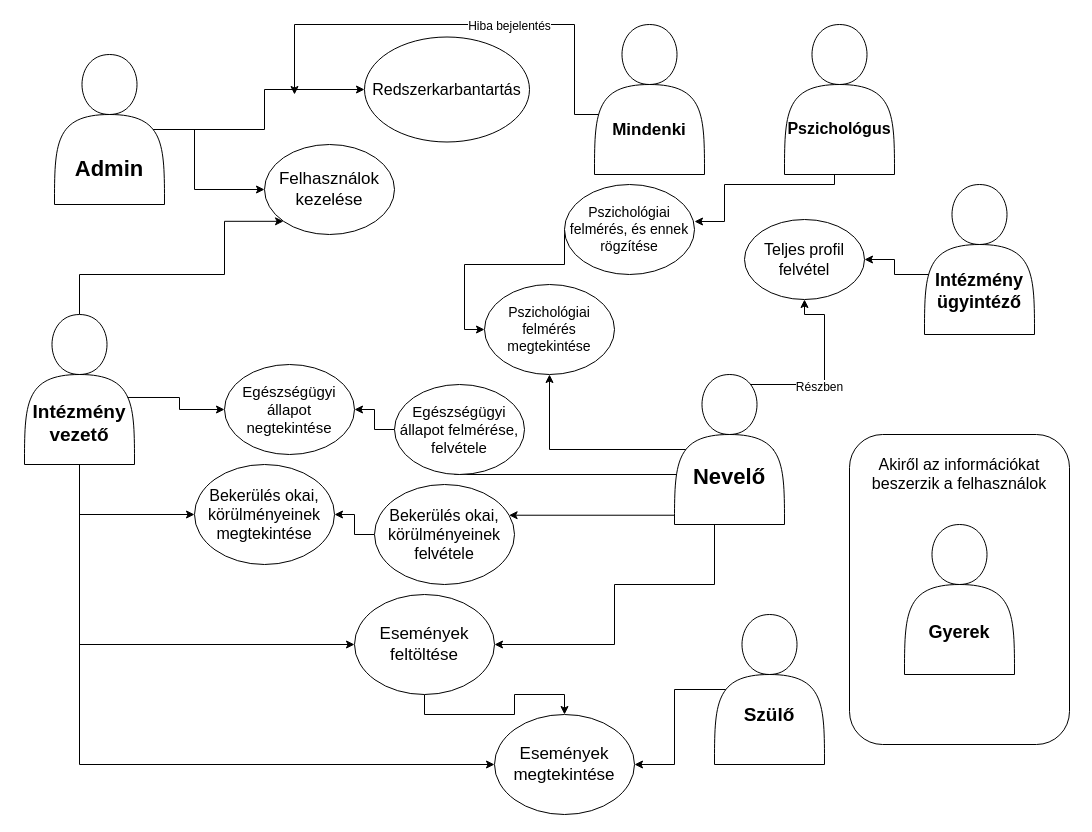
Earlier version of the draw.io diagram Zaró dolgozat/Use-Case diagram.drawio (UnicornsLover/Szakdolgozat2020). Source tidied: cells renumbered, new cells numbered last; positions are measured from the earlier drawing's top-left corner, leaving out a move shared by most shapes. Both pictures are drawn from the tidied source at 100%, with x=0, y=0 at pixel (24, 24).
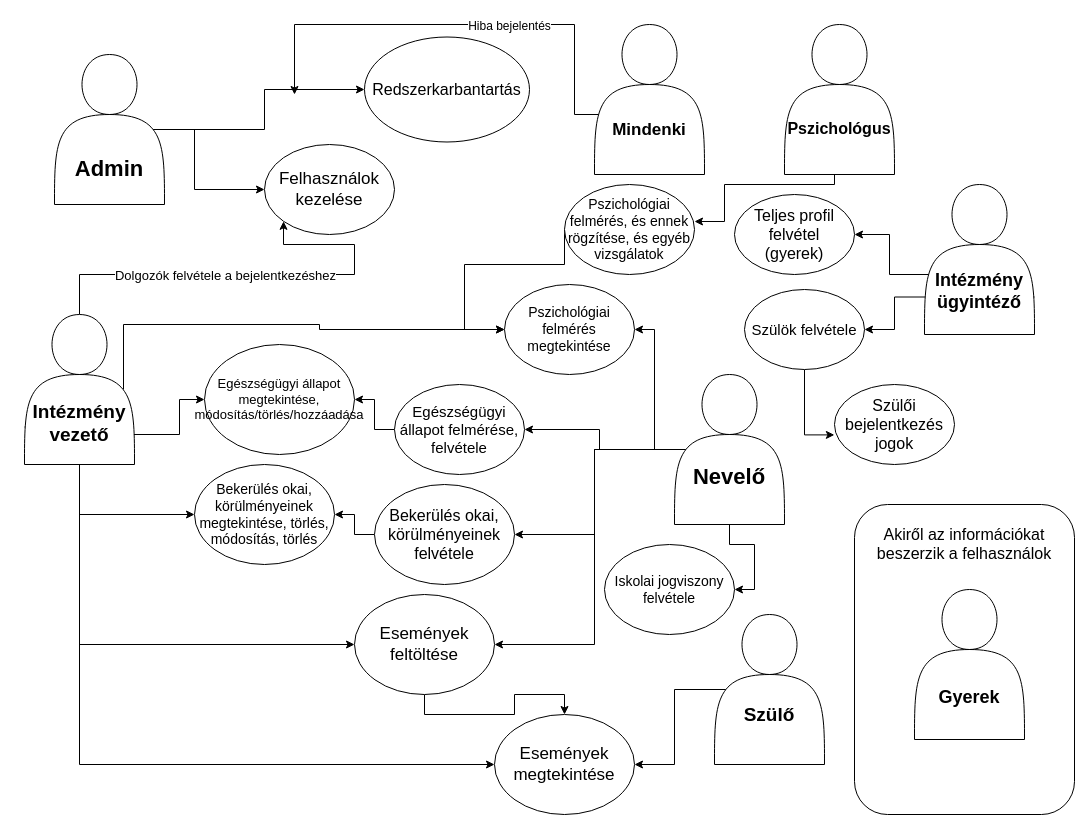
Above is the later version.

Unchanged cells that the change refers to:
```xml
<mxCell id="5" value="&lt;font style=&quot;font-size: 17px&quot;&gt;Felhasználok kezelése&lt;br&gt;&lt;/font&gt;" style="ellipse;whiteSpace=wrap;html=1;" parent="1" vertex="1">
  <mxGeometry x="240" y="120" width="130" height="90" as="geometry" />
</mxCell>
<mxCell id="11" value="&lt;div style=&quot;font-size: 19px&quot;&gt;&lt;b&gt;&lt;font style=&quot;font-size: 19px&quot;&gt;&lt;br&gt;&lt;/font&gt;&lt;/b&gt;&lt;/div&gt;&lt;div style=&quot;font-size: 19px&quot;&gt;&lt;b&gt;&lt;font style=&quot;font-size: 19px&quot;&gt;&lt;br&gt;&lt;/font&gt;&lt;/b&gt;&lt;/div&gt;&lt;div style=&quot;font-size: 19px&quot;&gt;&lt;b&gt;&lt;font style=&quot;font-size: 19px&quot;&gt;&lt;br&gt;&lt;/font&gt;&lt;/b&gt;&lt;/div&gt;&lt;div style=&quot;font-size: 19px&quot;&gt;&lt;b&gt;&lt;font style=&quot;font-size: 19px&quot;&gt;Intézmény vezető&lt;/font&gt;&lt;/b&gt;&lt;/div&gt;" style="shape=actor;whiteSpace=wrap;html=1;" parent="1" vertex="1">
  <mxGeometry y="290" width="110" height="150" as="geometry" />
</mxCell>
<mxCell id="22" value="&lt;b&gt;&lt;br&gt;&lt;/b&gt;&lt;div&gt;&lt;b&gt;&lt;br&gt;&lt;/b&gt;&lt;/div&gt;&lt;div&gt;&lt;b&gt;&lt;font style=&quot;font-size: 22px&quot;&gt;&lt;br&gt;&lt;/font&gt;&lt;/b&gt;&lt;/div&gt;&lt;div&gt;&lt;b&gt;&lt;font style=&quot;font-size: 22px&quot;&gt;Nevelő&lt;/font&gt;&lt;/b&gt;&lt;/div&gt;" style="shape=actor;whiteSpace=wrap;html=1;" parent="1" vertex="1">
  <mxGeometry x="650" y="350" width="110" height="150" as="geometry" />
</mxCell>
<mxCell id="24" value="&lt;font style=&quot;font-size: 15px&quot;&gt;Egészségügyi állapot felmérése, felvétele&lt;br&gt;&lt;/font&gt;" style="ellipse;whiteSpace=wrap;html=1;" parent="1" vertex="1">
  <mxGeometry x="370" y="360" width="130" height="90" as="geometry" />
</mxCell>
<mxCell id="26" value="&lt;font style=&quot;font-size: 16px&quot;&gt;Bekerülés okai, körülményeinek felvétele&lt;/font&gt;" style="ellipse;whiteSpace=wrap;html=1;" parent="1" vertex="1">
  <mxGeometry x="350" y="460" width="140" height="100" as="geometry" />
</mxCell>
<mxCell id="28" value="&lt;font style=&quot;font-size: 17px&quot;&gt;Események feltöltése&lt;br&gt;&lt;/font&gt;" style="ellipse;whiteSpace=wrap;html=1;" parent="1" vertex="1">
  <mxGeometry x="330" y="570" width="140" height="100" as="geometry" />
</mxCell>
<mxCell id="34" value="&lt;div&gt;&lt;b&gt;&lt;font style=&quot;font-size: 18px&quot;&gt;&lt;br&gt;&lt;/font&gt;&lt;/b&gt;&lt;/div&gt;&lt;div&gt;&lt;b&gt;&lt;font style=&quot;font-size: 18px&quot;&gt;&lt;br&gt;&lt;/font&gt;&lt;/b&gt;&lt;/div&gt;&lt;div&gt;&lt;b&gt;&lt;font style=&quot;font-size: 18px&quot;&gt;&lt;br&gt;&lt;/font&gt;&lt;/b&gt;&lt;/div&gt;&lt;div&gt;&lt;b&gt;&lt;font style=&quot;font-size: 18px&quot;&gt;Intézmény ügyintéző&lt;/font&gt;&lt;/b&gt;&lt;/div&gt;" style="shape=actor;whiteSpace=wrap;html=1;" parent="1" vertex="1">
  <mxGeometry x="900" y="160" width="110" height="150" as="geometry" />
</mxCell>
```

Change to the diagram source:
```diff
@@
     <mxCell id="6" style="edgeStyle=orthogonalEdgeStyle;rounded=0;jettySize=auto;html=1;exitX=0.5;exitY=0;exitDx=0;exitDy=0;entryX=0;entryY=1;entryDx=0;entryDy=0;" parent="1" edge="1" source="11" target="5">
       <mxGeometry relative="1" as="geometry">
         <Array as="points">
           <mxPoint x="55" y="250" />
-          <mxPoint x="200" y="250" />
-          <mxPoint x="200" y="197" />
+          <mxPoint x="330" y="250" />
+          <mxPoint x="330" y="220" />
+          <mxPoint x="259" y="220" />
         </Array>
       </mxGeometry>
     </mxCell>
+    <mxCell id="44" value="&lt;div&gt;Dolgozók felvétele a bejelentkezéshez&lt;/div&gt;" style="text;html=1;align=center;verticalAlign=middle;labelBackgroundColor=#ffffff;fontSize=13;" parent="6" vertex="1">
+      <mxGeometry x="-0.09" relative="1" as="geometry">
+        <mxPoint x="-15" as="offset" />
+      </mxGeometry>
+    </mxCell>
-    <mxCell id="7" style="edgeStyle=orthogonalEdgeStyle;rounded=0;jettySize=auto;html=1;entryX=0;entryY=0.5;entryDx=0;entryDy=0;exitX=0.082;exitY=0.553;exitDx=0;exitDy=0;exitPerimeter=0;" parent="1" edge="1" source="11" target="42">
-      <mxGeometry relative="1" as="geometry" />
+    <mxCell id="7" style="edgeStyle=orthogonalEdgeStyle;rounded=0;jettySize=auto;html=1;entryX=0;entryY=0.5;entryDx=0;entryDy=0;exitX=0;exitY=0.75;exitDx=0;exitDy=0;" parent="1" edge="1" source="11" target="42">
+      <mxGeometry relative="1" as="geometry">
+        <Array as="points">
+          <mxPoint x="20" y="403" />
+          <mxPoint x="20" y="410" />
+          <mxPoint x="155" y="410" />
+          <mxPoint x="155" y="375" />
+        </Array>
+      </mxGeometry>
     </mxCell>
@@
+    <mxCell id="45" style="edgeStyle=orthogonalEdgeStyle;rounded=0;jettySize=auto;html=1;entryX=0;entryY=0.5;entryDx=0;entryDy=0;exitX=0.9;exitY=0.5;exitDx=0;exitDy=0;exitPerimeter=0;" parent="1" edge="1" source="11" target="41">
+      <mxGeometry relative="1" as="geometry">
+        <Array as="points">
+          <mxPoint x="99" y="300" />
+          <mxPoint x="295" y="300" />
+          <mxPoint x="295" y="305" />
+        </Array>
+      </mxGeometry>
+    </mxCell>
@@
-    <mxCell id="15" value="&lt;font style=&quot;font-size: 14px&quot;&gt;&lt;span&gt;Pszichológiai felmérés, és ennek rögzítése&lt;br&gt;&lt;/span&gt;&lt;/font&gt;" style="ellipse;whiteSpace=wrap;html=1;" parent="1" vertex="1">
+    <mxCell id="15" value="&lt;font style=&quot;font-size: 14px&quot;&gt;&lt;span&gt;Pszichológiai felmérés, és ennek rögzítése, és egyéb vizsgálatok&lt;br&gt;&lt;/span&gt;&lt;/font&gt;" style="ellipse;whiteSpace=wrap;html=1;" parent="1" vertex="1">
       <mxGeometry x="540" y="160" width="130" height="90" as="geometry" />
     </mxCell>
-    <mxCell id="16" style="edgeStyle=orthogonalEdgeStyle;rounded=0;jettySize=auto;html=1;entryX=1;entryY=0.5;entryDx=0;entryDy=0;exitX=0.9;exitY=0.5;exitDx=0;exitDy=0;exitPerimeter=0;" parent="1" edge="1" source="22" target="24">
-      <mxGeometry relative="1" as="geometry">
-        <Array as="points">
-          <mxPoint x="749" y="450" />
-          <mxPoint x="430" y="450" />
-          <mxPoint x="430" y="405" />
-        </Array>
-      </mxGeometry>
+    <mxCell id="16" style="edgeStyle=orthogonalEdgeStyle;rounded=0;jettySize=auto;html=1;fontSize=16;exitX=0.9;exitY=0.5;exitDx=0;exitDy=0;exitPerimeter=0;" parent="1" edge="1" source="22" target="24">
+      <mxGeometry relative="1" as="geometry" />
     </mxCell>
+    <mxCell id="21" style="edgeStyle=orthogonalEdgeStyle;rounded=0;jettySize=auto;html=1;fontSize=16;" parent="1" edge="1" source="22" target="41">
+      <mxGeometry relative="1" as="geometry" />
+    </mxCell>
-    <mxCell id="17" style="edgeStyle=orthogonalEdgeStyle;rounded=0;jettySize=auto;html=1;" parent="1" edge="1" source="22" target="26">
-      <mxGeometry relative="1" as="geometry">
-        <Array as="points">
-          <mxPoint x="478" y="480" />
-          <mxPoint x="478" y="510" />
-        </Array>
-      </mxGeometry>
+    <mxCell id="17" style="edgeStyle=orthogonalEdgeStyle;rounded=0;jettySize=auto;html=1;fontSize=16;" parent="1" edge="1" source="22" target="26">
+      <mxGeometry relative="1" as="geometry" />
     </mxCell>
-    <mxCell id="18" style="edgeStyle=orthogonalEdgeStyle;rounded=0;jettySize=auto;html=1;exitX=0.042;exitY=1;exitDx=0;exitDy=0;exitPerimeter=0;entryX=1;entryY=0.5;entryDx=0;entryDy=0;" parent="1" edge="1" source="22" target="28">
+    <mxCell id="18" style="edgeStyle=orthogonalEdgeStyle;rounded=0;jettySize=auto;html=1;entryX=1;entryY=0.5;entryDx=0;entryDy=0;fontSize=16;" parent="1" edge="1" source="22" target="28">
       <mxGeometry relative="1" as="geometry">
         <Array as="points">
-          <mxPoint x="690" y="500" />
-          <mxPoint x="690" y="560" />
-          <mxPoint x="590" y="560" />
-          <mxPoint x="590" y="620" />
+          <mxPoint x="570" y="425" />
+          <mxPoint x="570" y="620" />
         </Array>
       </mxGeometry>
     </mxCell>
-    <mxCell id="19" style="edgeStyle=orthogonalEdgeStyle;rounded=0;jettySize=auto;html=1;entryX=0.5;entryY=1;entryDx=0;entryDy=0;exitX=0.5;exitY=0;exitDx=0;exitDy=0;" parent="1" edge="1" source="22" target="35">
-      <mxGeometry relative="1" as="geometry">
-        <Array as="points">
-          <mxPoint x="705" y="360" />
-          <mxPoint x="800" y="360" />
-          <mxPoint x="800" y="290" />
-          <mxPoint x="780" y="290" />
-        </Array>
-      </mxGeometry>
-    </mxCell>
-    <mxCell id="20" value="Részben" style="text;html=1;align=center;verticalAlign=middle;labelBackgroundColor=#ffffff;" parent="19" vertex="1">
-      <mxGeometry x="-0.06" y="-2" relative="1" as="geometry" />
-    </mxCell>
-    <mxCell id="21" style="edgeStyle=orthogonalEdgeStyle;rounded=0;jettySize=auto;html=1;entryX=0.5;entryY=1;entryDx=0;entryDy=0;exitX=0.9;exitY=0.5;exitDx=0;exitDy=0;exitPerimeter=0;" parent="1" edge="1" source="22" target="41">
-      <mxGeometry relative="1" as="geometry" />
-    </mxCell>
+    <mxCell id="46" style="edgeStyle=orthogonalEdgeStyle;rounded=0;jettySize=auto;html=1;entryX=1;entryY=0.5;entryDx=0;entryDy=0;fontSize=16;" parent="1" edge="1" source="22" target="51">
+      <mxGeometry relative="1" as="geometry" />
+    </mxCell>
@@
+    <mxCell id="47" style="edgeStyle=orthogonalEdgeStyle;rounded=0;jettySize=auto;html=1;exitX=1;exitY=0.75;exitDx=0;exitDy=0;entryX=1;entryY=0.5;entryDx=0;entryDy=0;" parent="1" edge="1" source="34" target="49">
+      <mxGeometry relative="1" as="geometry">
+        <Array as="points">
+          <mxPoint x="870" y="272" />
+          <mxPoint x="870" y="305" />
+        </Array>
+      </mxGeometry>
+    </mxCell>
@@
-    <mxCell id="35" value="&lt;font style=&quot;font-size: 16px&quot;&gt;Teljes profil felvétel&lt;br&gt;&lt;/font&gt;" style="ellipse;whiteSpace=wrap;html=1;" parent="1" vertex="1">
-      <mxGeometry x="720" y="195" width="120" height="80" as="geometry" />
+    <mxCell id="35" value="&lt;font style=&quot;font-size: 16px&quot;&gt;Teljes profil felvétel &lt;br&gt;(gyerek)&lt;br&gt;&lt;/font&gt;" style="ellipse;whiteSpace=wrap;html=1;" parent="1" vertex="1">
+      <mxGeometry x="710" y="170" width="120" height="80" as="geometry" />
     </mxCell>
     <mxCell id="36" value="&lt;div&gt;&lt;font style=&quot;font-size: 16px&quot;&gt;Akiről az információkat beszerzik a felhasználok&lt;/font&gt;&lt;/div&gt;&lt;div&gt;&lt;br&gt;&lt;/div&gt;&lt;div&gt;&lt;br&gt;&lt;/div&gt;&lt;div&gt;&lt;br&gt;&lt;/div&gt;&lt;div&gt;&lt;br&gt;&lt;/div&gt;&lt;div&gt;&lt;br&gt;&lt;/div&gt;&lt;div&gt;&lt;br&gt;&lt;/div&gt;&lt;div&gt;&lt;br&gt;&lt;/div&gt;&lt;div&gt;&lt;br&gt;&lt;/div&gt;&lt;div&gt;&lt;br&gt;&lt;/div&gt;&lt;div&gt;&lt;br&gt;&lt;/div&gt;&lt;div&gt;&lt;br&gt;&lt;/div&gt;&lt;div&gt;&lt;br&gt;&lt;/div&gt;&lt;div&gt;&lt;br&gt;&lt;/div&gt;&lt;div&gt;&lt;br&gt;&lt;/div&gt;&lt;div&gt;&lt;br&gt;&lt;/div&gt;&lt;div&gt;&lt;br&gt;&lt;/div&gt;" style="rounded=1;whiteSpace=wrap;html=1;" parent="1" vertex="1">
-      <mxGeometry x="825" y="410" width="220" height="310" as="geometry" />
+      <mxGeometry x="830" y="480" width="220" height="310" as="geometry" />
     </mxCell>
     <mxCell id="37" value="&lt;b&gt;&lt;br&gt;&lt;/b&gt;&lt;div&gt;&lt;b&gt;&lt;br&gt;&lt;/b&gt;&lt;/div&gt;&lt;div&gt;&lt;b&gt;&lt;font style=&quot;font-size: 16px&quot;&gt;&lt;br&gt;&lt;/font&gt;&lt;/b&gt;&lt;/div&gt;&lt;div&gt;&lt;b&gt;&lt;font style=&quot;font-size: 16px&quot;&gt;&lt;br&gt;&lt;/font&gt;&lt;/b&gt;&lt;/div&gt;&lt;div&gt;&lt;b&gt;&lt;font style=&quot;font-size: 18px&quot;&gt;Gyerek&lt;/font&gt;&lt;/b&gt;&lt;/div&gt;" style="shape=actor;whiteSpace=wrap;html=1;" parent="1" vertex="1">
-      <mxGeometry x="880" y="500" width="110" height="150" as="geometry" />
+      <mxGeometry x="890" y="565" width="110" height="150" as="geometry" />
     </mxCell>
@@
     <mxCell id="41" value="&lt;font style=&quot;font-size: 14px&quot;&gt;&lt;span&gt;Pszichológiai felmérés megtekintése&lt;br&gt;&lt;/span&gt;&lt;/font&gt;" style="ellipse;whiteSpace=wrap;html=1;" parent="1" vertex="1">
-      <mxGeometry x="460" y="260" width="130" height="90" as="geometry" />
+      <mxGeometry x="480" y="260" width="130" height="90" as="geometry" />
     </mxCell>
-    <mxCell id="42" value="&lt;font style=&quot;font-size: 15px&quot;&gt;Egészségügyi állapot negtekintése&lt;br&gt;&lt;/font&gt;" style="ellipse;whiteSpace=wrap;html=1;" parent="1" vertex="1">
-      <mxGeometry x="200" y="340" width="130" height="90" as="geometry" />
+    <mxCell id="42" value="&lt;font style=&quot;font-size: 13px;&quot;&gt;Egészségügyi állapot megtekintése, módosítás/törlés/hozzáadása&lt;br style=&quot;font-size: 13px;&quot;&gt;&lt;/font&gt;" style="ellipse;whiteSpace=wrap;html=1;fontSize=13;" parent="1" vertex="1">
+      <mxGeometry x="180" y="320" width="150" height="110" as="geometry" />
     </mxCell>
-    <mxCell id="43" value="&lt;font style=&quot;font-size: 16px&quot;&gt;Bekerülés okai, körülményeinek megtekintése&lt;br&gt;&lt;/font&gt;" style="ellipse;whiteSpace=wrap;html=1;" parent="1" vertex="1">
+    <mxCell id="43" value="&lt;font style=&quot;font-size: 14px;&quot;&gt;Bekerülés okai, körülményeinek megtekintése, törlés, módosítás, törlés&lt;br style=&quot;font-size: 14px;&quot;&gt;&lt;/font&gt;" style="ellipse;whiteSpace=wrap;html=1;fontSize=14;" parent="1" vertex="1">
       <mxGeometry x="170" y="440" width="140" height="100" as="geometry" />
     </mxCell>
+    <mxCell id="48" style="edgeStyle=orthogonalEdgeStyle;rounded=0;jettySize=auto;html=1;entryX=-0.001;entryY=0.63;entryDx=0;entryDy=0;entryPerimeter=0;fontSize=13;" parent="1" edge="1" source="49" target="50">
+      <mxGeometry relative="1" as="geometry" />
+    </mxCell>
+    <mxCell id="49" value="Szülök felvétele" style="ellipse;whiteSpace=wrap;html=1;fontSize=15;" parent="1" vertex="1">
+      <mxGeometry x="720" y="265" width="120" height="80" as="geometry" />
+    </mxCell>
+    <mxCell id="50" value="Szülői bejelentkezés jogok" style="ellipse;whiteSpace=wrap;html=1;fontSize=16;" parent="1" vertex="1">
+      <mxGeometry x="810" y="360" width="120" height="80" as="geometry" />
+    </mxCell>
+    <mxCell id="51" value="Iskolai jogviszony felvétele" style="ellipse;whiteSpace=wrap;html=1;fontSize=14;" parent="1" vertex="1">
+      <mxGeometry x="580" y="520" width="130" height="90" as="geometry" />
+    </mxCell>
```
